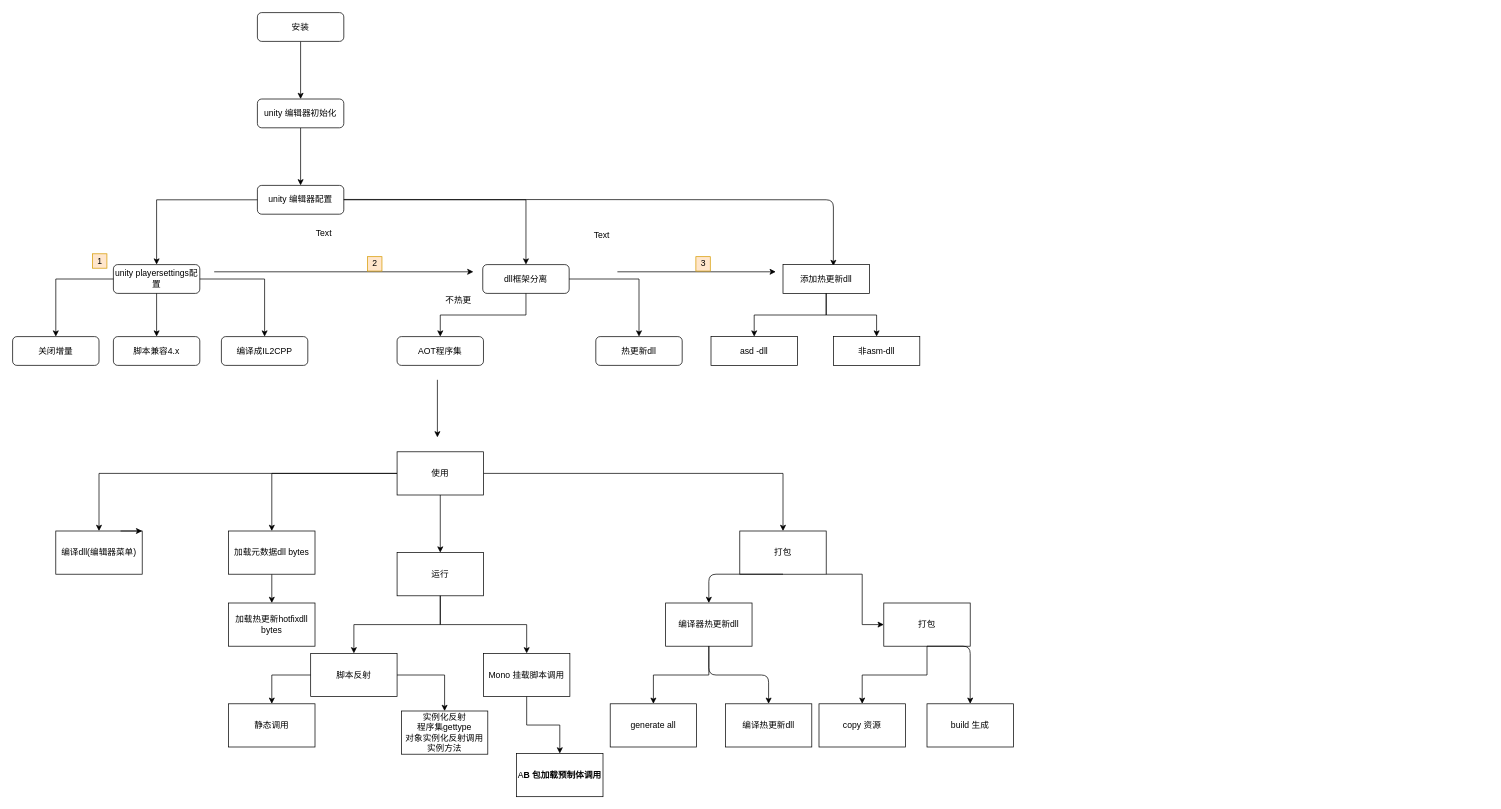
Before: page "使用流程" (1 of 3) of Hybrid.drawio in xzp3094997376/DrawIO, a draw.io diagram. Source tidied: cells renumbered, new cells numbered last; positions are measured from the earlier drawing's top-left corner, leaving out a move shared by most shapes. Both pictures are drawn from the tidied source at 72%, with x=0, y=0 at pixel (12, 12).
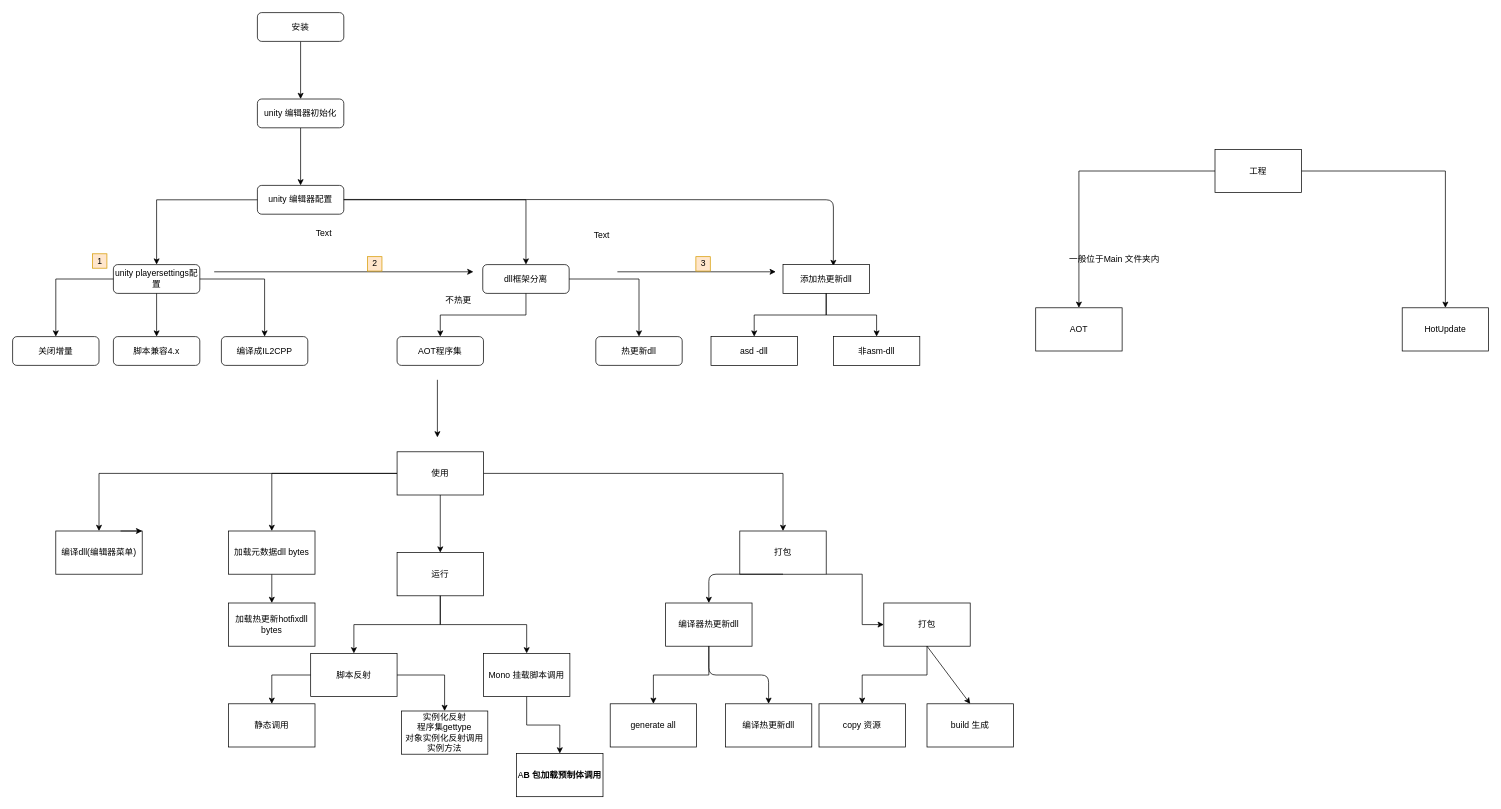
Above is the later version.

Unchanged cells that the change refers to:
```xml
<mxCell id="46" style="group;" parent="1" vertex="1">
  <mxGeometry x="830" y="720" width="560" height="300" as="geometry" />
</mxCell>
<mxCell id="48" value="打包" style="rounded=0;whiteSpace=wrap;html=1;" parent="46" vertex="1">
  <mxGeometry x="380" y="100" width="120" height="60" as="geometry" />
</mxCell>
<mxCell id="58" value="build 生成" style="rounded=0;whiteSpace=wrap;html=1;" parent="46" vertex="1">
  <mxGeometry x="440" y="240" width="120" height="60" as="geometry" />
</mxCell>
```

The edit, as a diff of the source:
```diff
@@
     <mxCell id="59" style="endArrow=classic;html=1;exitX=0.5;exitY=1;exitDx=0;exitDy=0;entryX=0.5;entryY=0;entryDx=0;entryDy=0;" parent="46" edge="1" source="48" target="58">
-      <mxGeometry relative="1" as="geometry">
-        <Array as="points">
-          <mxPoint x="500" y="160" />
-        </Array>
-      </mxGeometry>
+      <mxGeometry relative="1" as="geometry" />
     </mxCell>
@@
+    <mxCell id="73" style="edgeStyle=orthogonalEdgeStyle;rounded=0;jettySize=auto;html=1;" parent="1" edge="1" source="75" target="76">
+      <mxGeometry relative="1" as="geometry" />
+    </mxCell>
+    <mxCell id="74" style="edgeStyle=orthogonalEdgeStyle;rounded=0;jettySize=auto;html=1;" parent="1" edge="1" source="75" target="77">
+      <mxGeometry relative="1" as="geometry" />
+    </mxCell>
+    <mxCell id="75" value="工程" style="whiteSpace=wrap;html=1;" parent="1" vertex="1">
+      <mxGeometry x="1670" y="190" width="120" height="60" as="geometry" />
+    </mxCell>
+    <mxCell id="76" value="AOT" style="whiteSpace=wrap;html=1;" parent="1" vertex="1">
+      <mxGeometry x="1421" y="410" width="120" height="60" as="geometry" />
+    </mxCell>
+    <mxCell id="77" value="HotUpdate" style="whiteSpace=wrap;html=1;" parent="1" vertex="1">
+      <mxGeometry x="1930" y="410" width="120" height="60" as="geometry" />
+    </mxCell>
+    <mxCell id="78" value="一般位于Main 文件夹内" style="text;html=1;align=center;verticalAlign=middle;strokeColor=none;fillColor=none;" parent="1" vertex="1">
+      <mxGeometry x="1455" y="328" width="150" height="30" as="geometry" />
+    </mxCell>
```
